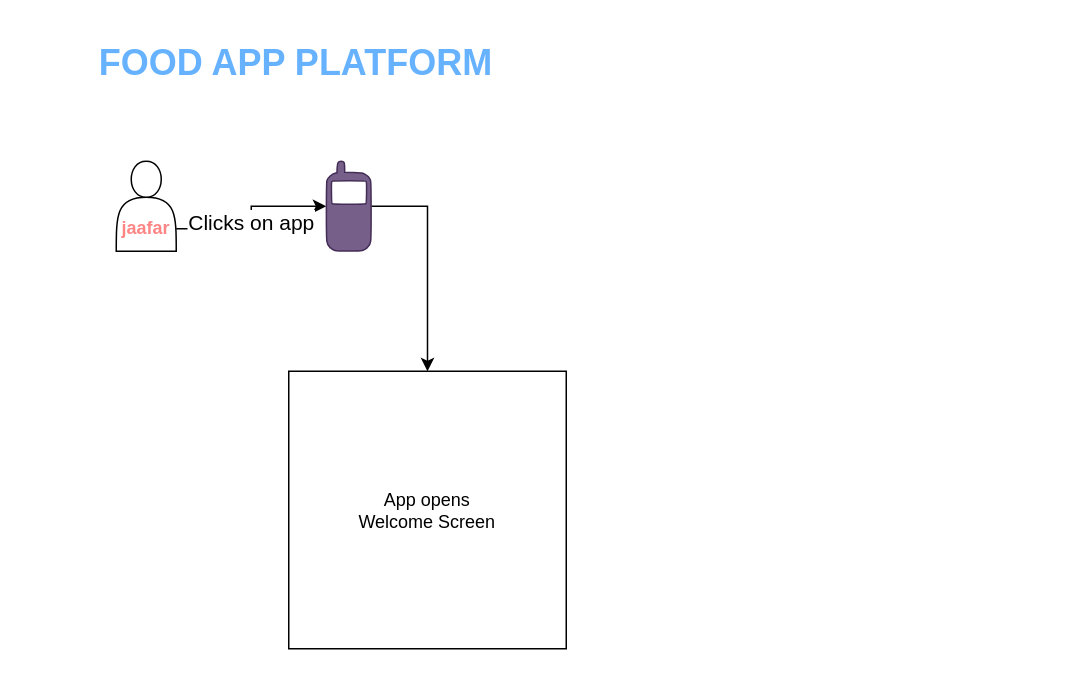
Above: Food App userflow diagram.drawio in KaramEisa/FoodApp (draw.io), before the change. Source tidied: cells renumbered, new cells numbered last; positions are measured from the earlier drawing's top-left corner, leaving out a move shared by most shapes. Both pictures are drawn from the tidied source at 150%, with x=0, y=0 at pixel (26, 26).
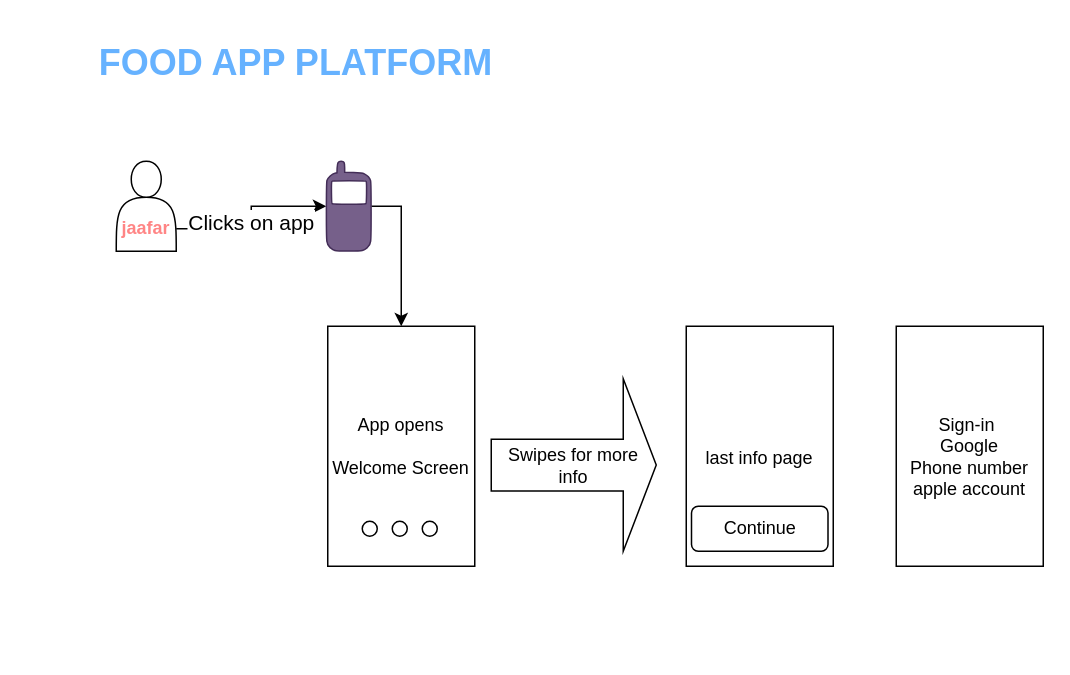
The same diagram, later.

What changed in the source:
```diff
@@
 <mxGraphModel>
   <root>
     <mxCell id="0" />
     <mxCell id="1" parent="0" />
     <mxCell id="2" style="edgeStyle=orthogonalEdgeStyle;rounded=0;jettySize=auto;html=1;exitX=1;exitY=0.75;exitDx=0;exitDy=0;" parent="1" edge="1" source="4" target="7">
       <mxGeometry relative="1" as="geometry" />
     </mxCell>
     <mxCell id="3" value="&lt;font style=&quot;font-size: 14px;&quot;&gt;Clicks on app&lt;/font&gt;" style="edgeLabel;html=1;align=center;verticalAlign=middle;" parent="2" vertex="1">
       <mxGeometry x="-0.05" y="1" relative="1" as="geometry" />
     </mxCell>
     <mxCell id="4" value="&lt;br&gt;&lt;br&gt;&lt;b&gt;&lt;font color=&quot;#ff8585&quot;&gt;jaafar&lt;/font&gt;&lt;/b&gt;" style="shape=actor;whiteSpace=wrap;html=1;" parent="1" vertex="1">
       <mxGeometry x="60" y="90" width="40" height="60" as="geometry" />
     </mxCell>
     <mxCell id="5" value="&lt;b&gt;&lt;font style=&quot;font-size: 24px;&quot; color=&quot;#66b2ff&quot;&gt;FOOD APP PLATFORM&lt;/font&gt;&lt;/b&gt;" style="text;html=1;strokeColor=none;fillColor=none;align=center;verticalAlign=middle;whiteSpace=wrap;rounded=0;" parent="1" vertex="1">
       <mxGeometry width="360" height="50" as="geometry" />
     </mxCell>
     <mxCell id="6" style="edgeStyle=orthogonalEdgeStyle;rounded=0;jettySize=auto;html=1;exitX=1;exitY=0.5;exitDx=0;exitDy=0;exitPerimeter=0;" parent="1" edge="1" source="7" target="8">
       <mxGeometry relative="1" as="geometry" />
     </mxCell>
     <mxCell id="7" style="shape=mxgraph.signs.tech.cell_phone;html=1;verticalLabelPosition=bottom;verticalAlign=top;align=center;sketch=0;fillColor=#76608a;strokeColor=#432D57;fontColor=#ffffff;" parent="1" vertex="1">
       <mxGeometry x="200" y="90" width="30" height="60" as="geometry" />
     </mxCell>
-    <mxCell id="8" value="App opens&lt;br&gt;Welcome Screen" style="whiteSpace=wrap;html=1;" parent="1" vertex="1">
-      <mxGeometry x="175" y="230" width="185" height="185" as="geometry" />
+    <mxCell id="8" value="App opens&lt;br&gt;&lt;br&gt;Welcome Screen" style="whiteSpace=wrap;html=1;glass=0;rounded=0;shadow=0;" parent="1" vertex="1">
+      <mxGeometry x="201" y="200" width="98" height="160" as="geometry" />
     </mxCell>
+    <mxCell id="9" style="verticalLabelPosition=bottom;verticalAlign=top;html=1;shape=mxgraph.flowchart.on-page_reference;" parent="1" vertex="1">
+      <mxGeometry x="224" y="330" width="10" height="10" as="geometry" />
+    </mxCell>
+    <mxCell id="10" style="verticalLabelPosition=bottom;verticalAlign=top;html=1;shape=mxgraph.flowchart.on-page_reference;" parent="1" vertex="1">
+      <mxGeometry x="244" y="330" width="10" height="10" as="geometry" />
+    </mxCell>
+    <mxCell id="11" style="verticalLabelPosition=bottom;verticalAlign=top;html=1;shape=mxgraph.flowchart.on-page_reference;" parent="1" vertex="1">
+      <mxGeometry x="264" y="330" width="10" height="10" as="geometry" />
+    </mxCell>
+    <mxCell id="12" value="&lt;br&gt;last info page" style="whiteSpace=wrap;html=1;glass=0;rounded=0;shadow=0;" parent="1" vertex="1">
+      <mxGeometry x="440" y="200" width="98" height="160" as="geometry" />
+    </mxCell>
+    <mxCell id="13" value="Continue" style="rounded=1;whiteSpace=wrap;html=1;" parent="1" vertex="1">
+      <mxGeometry x="443.5" y="320" width="91" height="30" as="geometry" />
+    </mxCell>
+    <mxCell id="14" value="Swipes for more info" style="shape=singleArrow;whiteSpace=wrap;html=1;" parent="1" vertex="1">
+      <mxGeometry x="310" y="235" width="110" height="115" as="geometry" />
+    </mxCell>
+    <mxCell id="15" value="&lt;br&gt;Sign-in&amp;nbsp;&lt;br&gt;Google&lt;br&gt;Phone number&lt;br&gt;apple account" style="whiteSpace=wrap;html=1;glass=0;rounded=0;shadow=0;" parent="1" vertex="1">
+      <mxGeometry x="580" y="200" width="98" height="160" as="geometry" />
+    </mxCell>
   </root>
 </mxGraphModel>
```
